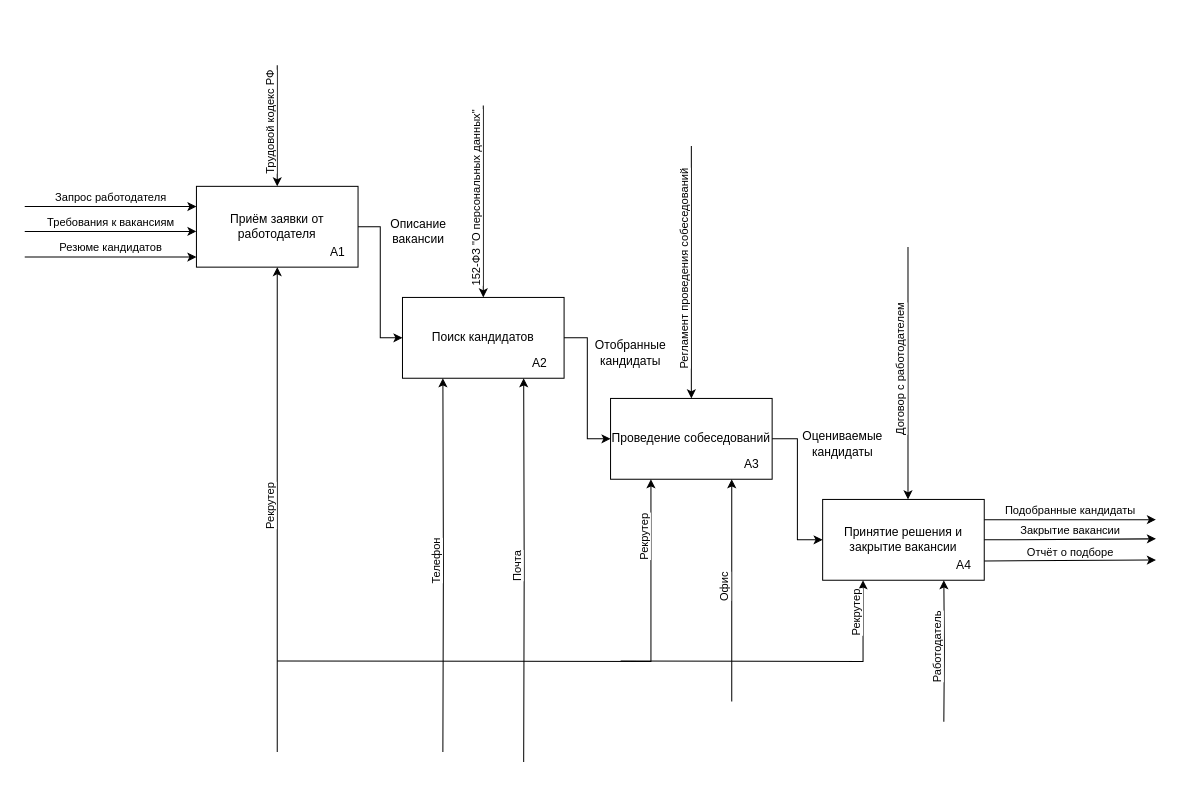
This is декомпозиция.drawio from Regdal-cyber/Coursework, a draw.io file, before an edit. Source tidied: cells renumbered, new cells numbered last; positions are measured from the earlier drawing's top-left corner, leaving out a move shared by most shapes. Both pictures are drawn from the tidied source at 101%, with x=0, y=0 at pixel (24, 65).
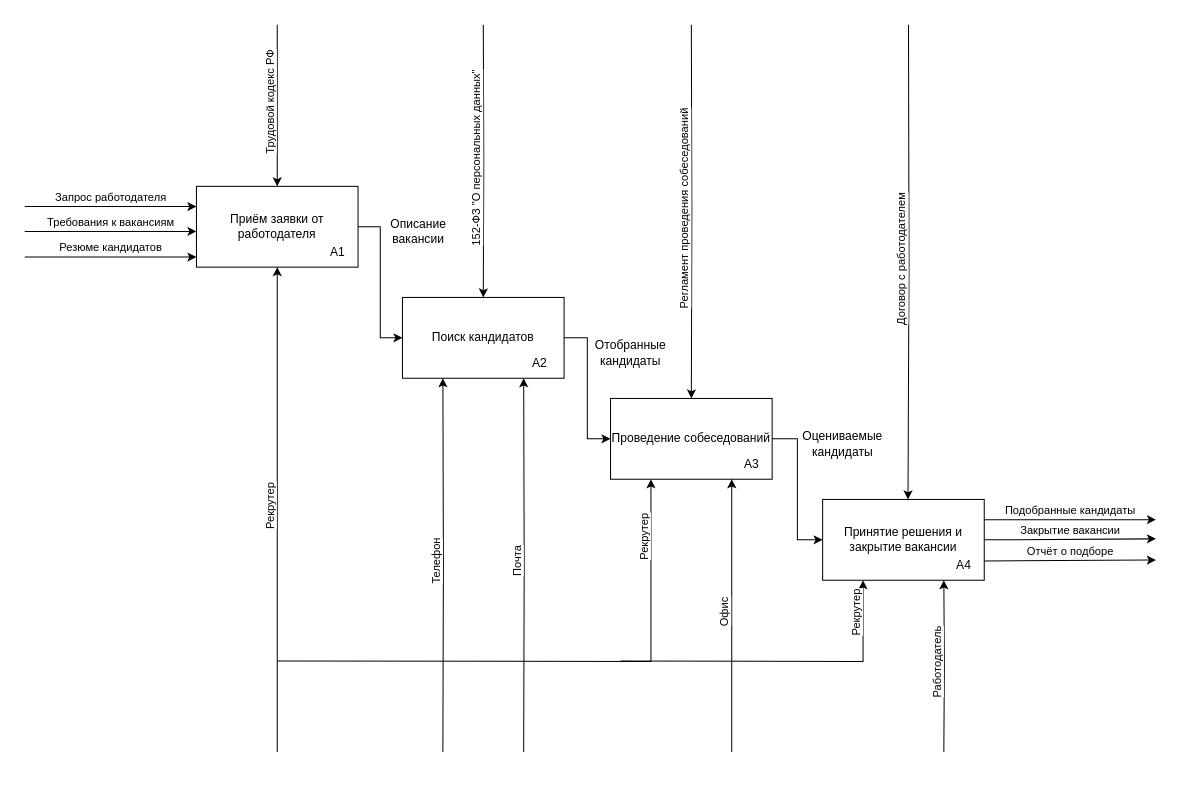
Above is the later version.

Unchanged cells that the change refers to:
```xml
<mxCell id="4" value="Приём заявки от работодателя" style="rounded=0;whiteSpace=wrap;html=1;" parent="3" vertex="1">
  <mxGeometry width="160" height="80" as="geometry" />
</mxCell>
<mxCell id="7" value="Поиск кандидатов" style="rounded=0;whiteSpace=wrap;html=1;" parent="6" vertex="1">
  <mxGeometry width="160" height="80" as="geometry" />
</mxCell>
<mxCell id="10" value="Проведение собеседований" style="rounded=0;whiteSpace=wrap;html=1;" parent="9" vertex="1">
  <mxGeometry width="160" height="80" as="geometry" />
</mxCell>
<mxCell id="13" value="Принятие решения и закрытие вакансии" style="rounded=0;whiteSpace=wrap;html=1;" parent="12" vertex="1">
  <mxGeometry width="160" height="80" as="geometry" />
</mxCell>
```

Change to the diagram source:
```diff
@@
     <mxCell id="21" value="Трудовой кодекс РФ" style="endArrow=classic;html=1;rounded=0;entryX=0.5;entryY=0;entryDx=0;entryDy=0;verticalAlign=bottom;horizontal=0;spacingTop=0;spacingLeft=-2;" parent="1" edge="1" target="4">
       <mxGeometry relative="1" as="geometry">
-        <mxPoint x="250" as="sourcePoint" />
+        <mxPoint x="250" y="-40" as="sourcePoint" />
       </mxGeometry>
     </mxCell>
@@
     <mxCell id="24" value="Почта" style="endArrow=classic;html=1;rounded=0;entryX=0.75;entryY=1;entryDx=0;entryDy=0;verticalAlign=bottom;horizontal=0;spacingTop=0;spacingLeft=-2;edgeStyle=orthogonalEdgeStyle;" parent="1" edge="1" target="7">
       <mxGeometry relative="1" as="geometry">
-        <mxPoint x="494" y="690" as="sourcePoint" />
+        <mxPoint x="494" y="680" as="sourcePoint" />
       </mxGeometry>
     </mxCell>
-    <mxCell id="25" value="152-ФЗ &quot;О персональных данных&quot;" style="endArrow=classic;html=1;rounded=0;entryX=0.5;entryY=0;entryDx=0;entryDy=0;verticalAlign=bottom;horizontal=0;spacingTop=0;spacingLeft=-2;" parent="1" edge="1" target="7">
+    <mxCell id="25" value="152-ФЗ &quot;О персональных данных&quot;" style="endArrow=classic;html=1;rounded=0;entryX=0.5;entryY=0;entryDx=0;entryDy=0;verticalAlign=bottom;horizontal=0;spacingTop=0;spacingLeft=-2;edgeStyle=orthogonalEdgeStyle;" parent="1" edge="1" target="7">
       <mxGeometry relative="1" as="geometry">
-        <mxPoint x="454" y="40" as="sourcePoint" />
+        <mxPoint x="454" y="-40" as="sourcePoint" />
       </mxGeometry>
     </mxCell>
-    <mxCell id="26" value="Регламент проведения собеседований" style="endArrow=classic;html=1;rounded=0;entryX=0.5;entryY=0;entryDx=0;entryDy=0;verticalAlign=bottom;horizontal=0;spacingTop=0;spacingLeft=-2;" parent="1" edge="1" target="10">
+    <mxCell id="26" value="Регламент проведения собеседований" style="endArrow=classic;html=1;rounded=0;entryX=0.5;entryY=0;entryDx=0;entryDy=0;verticalAlign=bottom;horizontal=0;spacingTop=0;spacingLeft=-2;edgeStyle=orthogonalEdgeStyle;" parent="1" edge="1" target="10">
       <mxGeometry relative="1" as="geometry">
-        <mxPoint x="660" y="80" as="sourcePoint" />
+        <mxPoint x="660" y="-40" as="sourcePoint" />
       </mxGeometry>
     </mxCell>
@@
     <mxCell id="28" value="Офис" style="endArrow=classic;html=1;rounded=0;entryX=0.75;entryY=1;entryDx=0;entryDy=0;verticalAlign=bottom;horizontal=0;spacingTop=0;spacingLeft=-2;" parent="1" edge="1" target="10">
       <mxGeometry relative="1" as="geometry">
-        <mxPoint x="700" y="630" as="sourcePoint" />
+        <mxPoint x="700" y="680" as="sourcePoint" />
       </mxGeometry>
     </mxCell>
@@
-    <mxCell id="34" value="Договор с работодателем" style="endArrow=classic;html=1;rounded=0;entryX=0.5;entryY=0;entryDx=0;entryDy=0;verticalAlign=bottom;horizontal=0;spacingTop=0;spacingLeft=-2;" parent="1" edge="1">
+    <mxCell id="34" value="Договор с работодателем" style="endArrow=classic;html=1;rounded=0;entryX=0.5;entryY=0;entryDx=0;entryDy=0;verticalAlign=bottom;horizontal=0;spacingTop=0;spacingLeft=-2;edgeStyle=orthogonalEdgeStyle;" parent="1" edge="1">
       <mxGeometry relative="1" as="geometry">
-        <mxPoint x="874.5" y="180" as="sourcePoint" />
+        <mxPoint x="875" y="-40" as="sourcePoint" />
         <mxPoint x="874.5" y="430" as="targetPoint" />
       </mxGeometry>
     </mxCell>
@@
     <mxCell id="36" value="Работодатель" style="endArrow=classic;html=1;rounded=0;entryX=0.75;entryY=1;entryDx=0;entryDy=0;verticalAlign=bottom;horizontal=0;spacingTop=0;spacingLeft=-2;edgeStyle=orthogonalEdgeStyle;" parent="1" edge="1" target="13">
       <mxGeometry relative="1" as="geometry">
-        <mxPoint x="910" y="650" as="sourcePoint" />
+        <mxPoint x="910" y="680" as="sourcePoint" />
       </mxGeometry>
     </mxCell>
```
